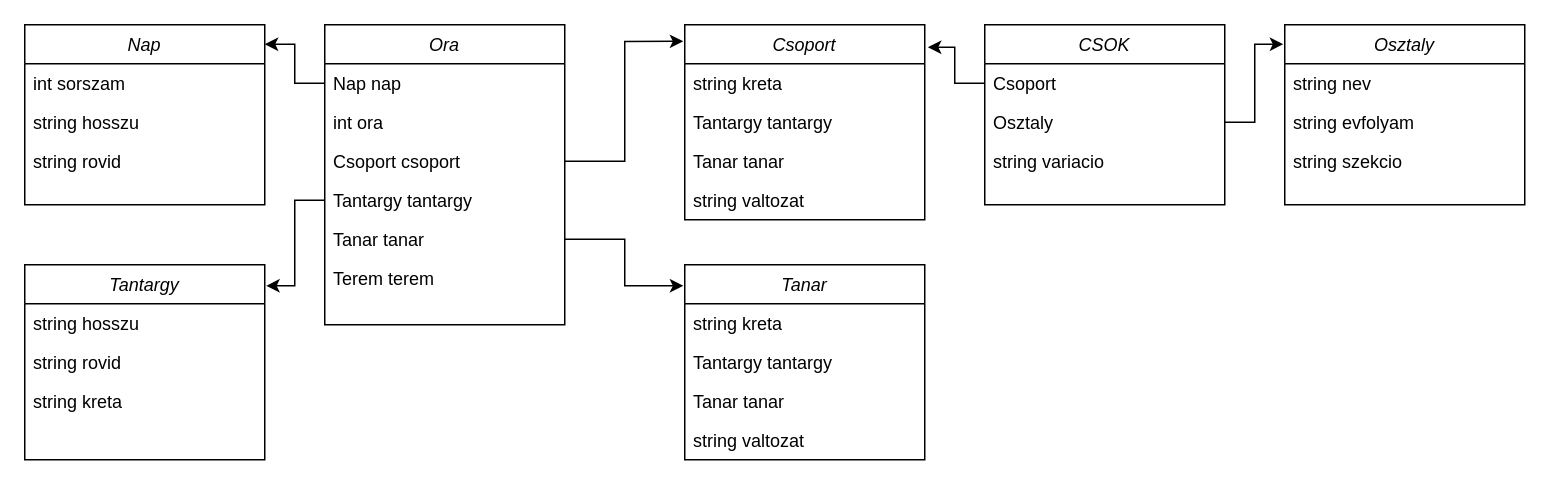
MolnAtt/szlgorarend keeps this draw.io diagram as dbmodel.drawio. Above is the earlier version. Source tidied: cells renumbered, new cells numbered last; positions are measured from the earlier drawing's top-left corner, leaving out a move shared by most shapes. Both pictures are drawn from the tidied source at 150%, with x=0, y=0 at pixel (24, 24).
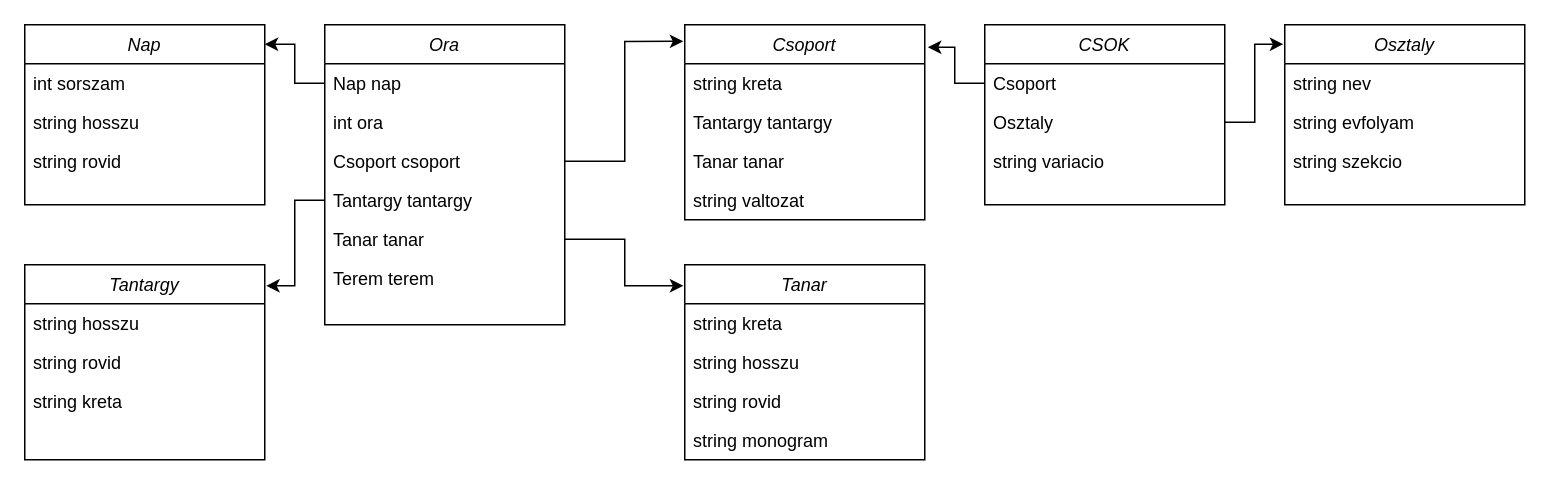
After the change.

The change refers to these unchanged cells:
```xml
<mxCell id="29" value="Tanar" style="swimlane;fontStyle=2;align=center;verticalAlign=top;horizontal=1;startSize=26;rounded=0;shadow=0;strokeWidth=1;" parent="1" vertex="1">
  <mxGeometry x="440" y="160" width="160" height="130" as="geometry" />
</mxCell>
```

The edit, as a diff of the source:
```diff
@@
-    <mxCell id="31" value="Tantargy tantargy" style="text;align=left;verticalAlign=top;spacingLeft=4;spacingRight=4;overflow=hidden;rounded=0;shadow=0;html=0;" parent="29" vertex="1">
+    <mxCell id="31" value="string hosszu" style="text;align=left;verticalAlign=top;spacingLeft=4;spacingRight=4;overflow=hidden;rounded=0;shadow=0;html=0;" parent="29" vertex="1">
       <mxGeometry y="52" width="160" height="26" as="geometry" />
     </mxCell>
-    <mxCell id="32" value="Tanar tanar" style="text;align=left;verticalAlign=top;spacingLeft=4;spacingRight=4;overflow=hidden;rounded=0;shadow=0;html=0;" parent="29" vertex="1">
+    <mxCell id="32" value="string rovid" style="text;align=left;verticalAlign=top;spacingLeft=4;spacingRight=4;overflow=hidden;rounded=0;shadow=0;html=0;" parent="29" vertex="1">
       <mxGeometry y="78" width="160" height="26" as="geometry" />
     </mxCell>
-    <mxCell id="33" value="string valtozat" style="text;align=left;verticalAlign=top;spacingLeft=4;spacingRight=4;overflow=hidden;rounded=0;shadow=0;html=0;" parent="29" vertex="1">
+    <mxCell id="33" value="string monogram" style="text;align=left;verticalAlign=top;spacingLeft=4;spacingRight=4;overflow=hidden;rounded=0;shadow=0;html=0;" parent="29" vertex="1">
       <mxGeometry y="104" width="160" height="26" as="geometry" />
     </mxCell>
```
